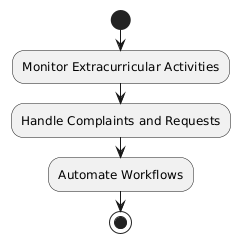
Above: Diagrams/Activity Diagram/Activity Diagram 5.png in krisaldamihali/DOS-MS (PlantUML), before the change. Its diagram source:
```plantuml
@startuml
|Dean's Office|
start
:Monitor Extracurricular Activities;
:Handle Complaints and Requests;
:Automate Workflows;
stop
@enduml
```
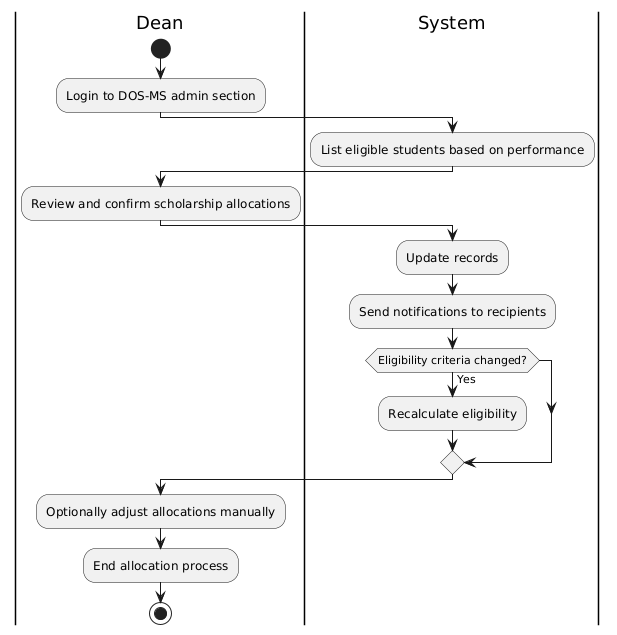
After the commit.

What changed in the source:
```diff
@@ -1,8 +1,25 @@
 @startuml
-|Dean's Office|
+|Dean|
 start
-:Monitor Extracurricular Activities;
-:Handle Complaints and Requests;
-:Automate Workflows;
+:Login to DOS-MS admin section;
+
+|System|
+:List eligible students based on performance;
+
+|Dean|
+:Review and confirm scholarship allocations;
+
+|System|
+:Update records;
+:Send notifications to recipients;
+
+if (Eligibility criteria changed?) then (Yes)
+  :Recalculate eligibility;
+endif
+
+|Dean|
+:Optionally adjust allocations manually;
+
+:End allocation process;
 stop
 @enduml
```
